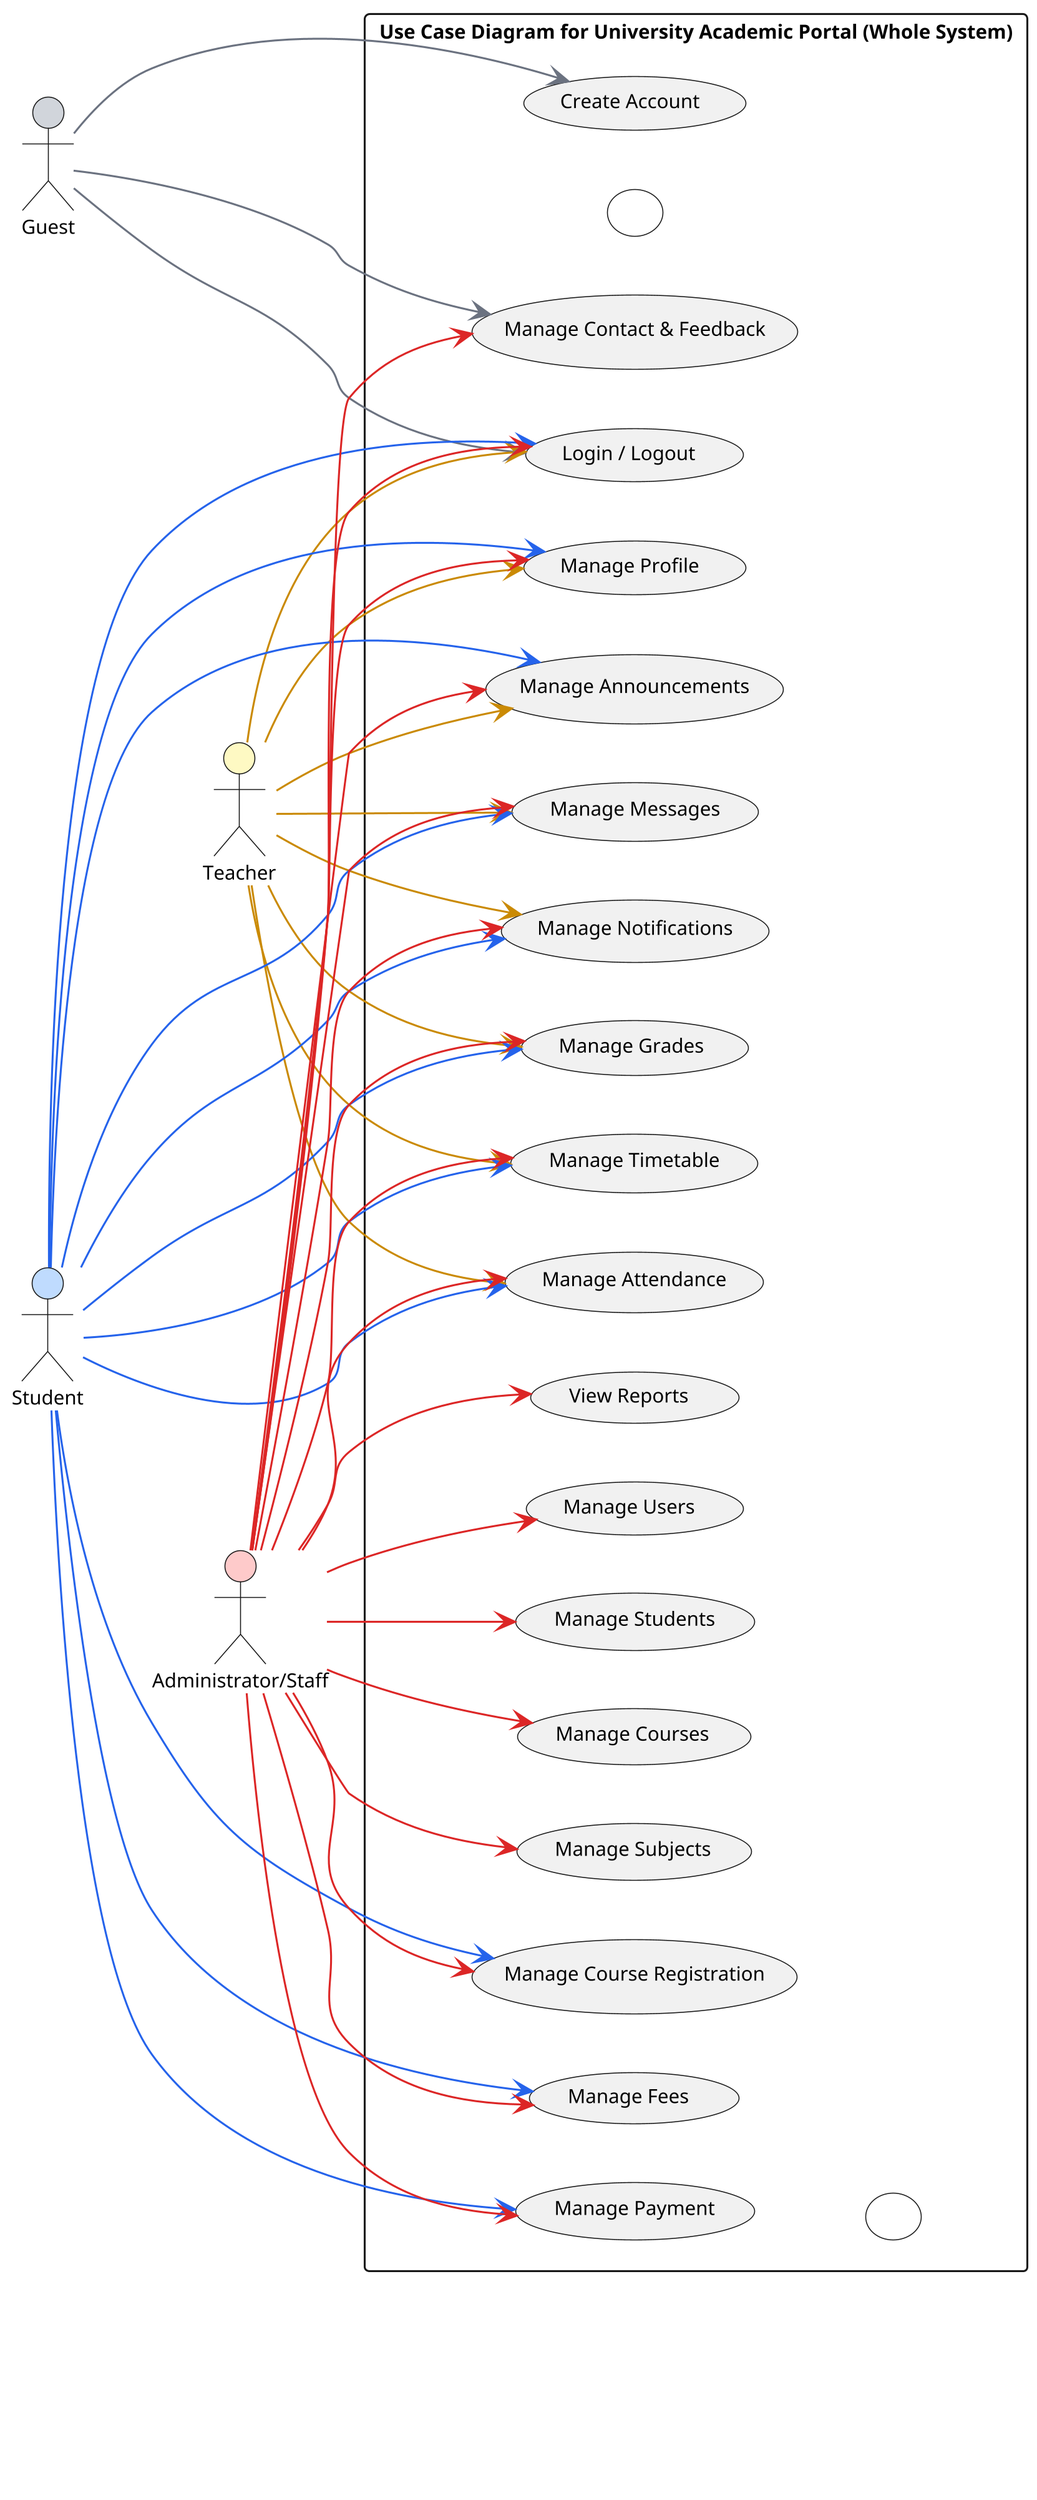
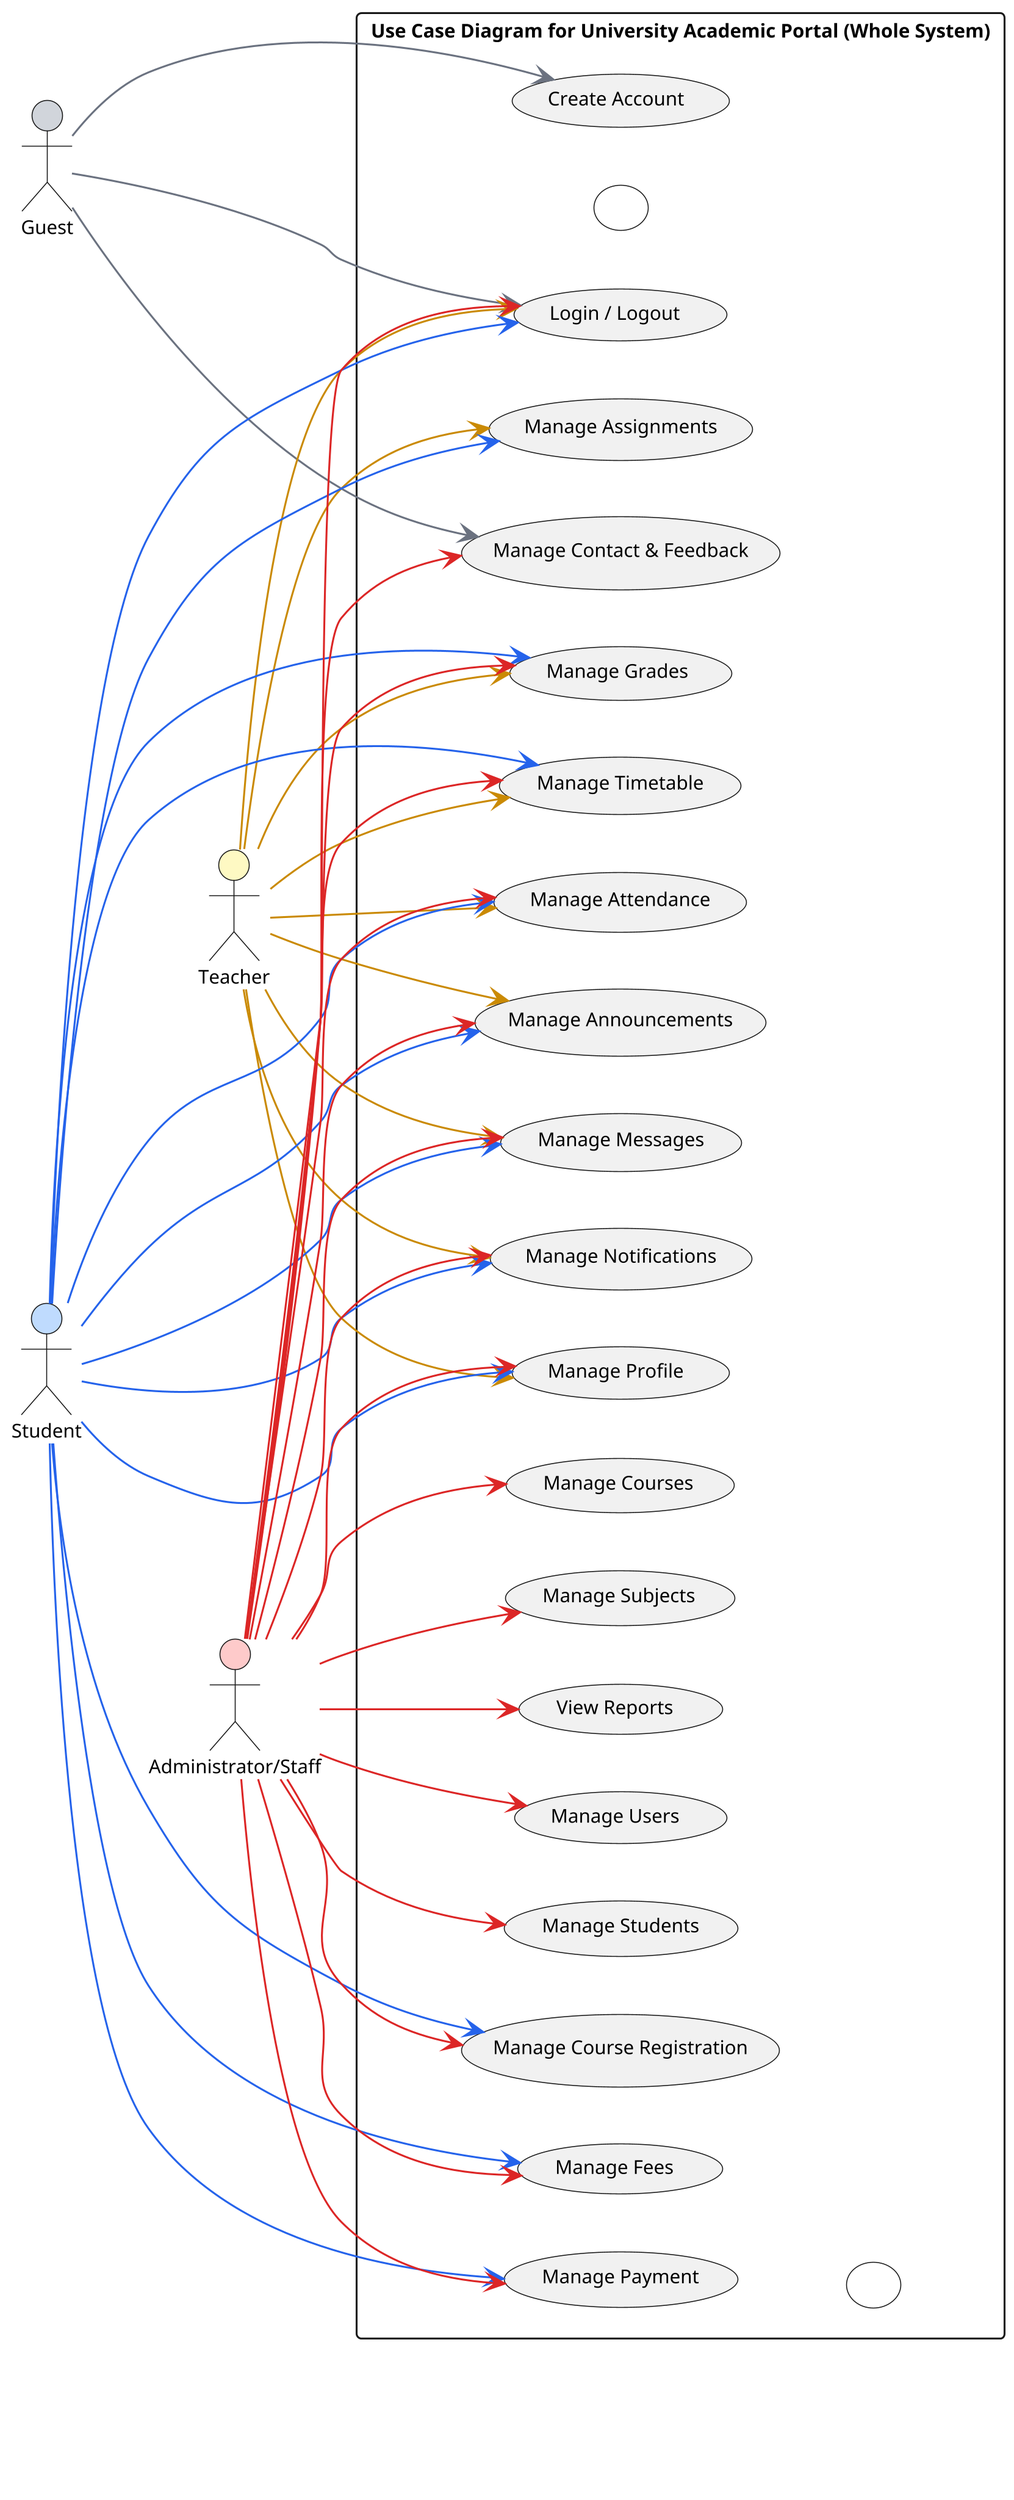
@startuml WholeSystem_UseCaseDiagram
left to right direction
skinparam packageStyle rectangle
skinparam shadowing false
skinparam dpi 300

scale 1.0
skinparam defaultFontSize 10
skinparam ranksep 35
skinparam nodesep 30
skinparam RectanglePadding 12

' Actors
actor Guest #D1D5DB
actor Teacher #FEF9C3
actor Student #BFDBFE
actor "Administrator/Staff" as Staff #FECACA

rectangle "Use Case Diagram for University Academic Portal (Whole System)" #FFFFFF {

  ' --- Invisible anchors (force left/right placement) ---
  usecase " " as UC_LeftAnchor  #transparent
  usecase " " as UC_RightAnchor #transparent
  UC_LeftAnchor -[hidden]-> UC_RightAnchor

  ' --- Real use cases ---
  usecase "Create Account" as UC_CreateAccount
  usecase "Login / Logout" as UC_LoginLogout
  usecase "Manage Profile" as UC_ManageProfile
  usecase "Manage Users" as UC_ManageUsers
  usecase "Manage Students" as UC_ManageStudents
  usecase "Manage Courses" as UC_ManageCourses
  usecase "Manage Subjects" as UC_ManageSubjects
  usecase "Manage Course Registration" as UC_ManageCourseRegistration
  usecase "Manage Grades" as UC_ManageGrades
  usecase "Manage Fees" as UC_ManageFees
  usecase "Manage Payment" as UC_ManagePayment
+   usecase "Manage Assignments" as UC_ManageAssignments
  usecase "Manage Timetable" as UC_ManageTimetable
  usecase "Manage Attendance" as UC_ManageAttendance
  usecase "Manage Announcements" as UC_ManageAnnouncements
  usecase "Manage Messages" as UC_ManageMessages
  usecase "Manage Contact & Feedback" as UC_ManageContactFeedback
  usecase "Manage Notifications" as UC_ManageNotifications
  usecase "View Reports" as UC_ViewReports
}

' ---- FORCE SIDES (hidden links to anchors) ----
Guest  -[hidden]-> UC_LeftAnchor
Teacher-[hidden]-> UC_LeftAnchor

Student-[hidden]-> UC_RightAnchor
Staff  -[hidden]-> UC_RightAnchor

' Optional: keep each side stacked nicely
Guest -[hidden]-> Teacher
Student -[hidden]-> Staff

' ---------------- CONNECTIONS ----------------

' Guest
Guest -[#6B7280]-> UC_CreateAccount
Guest -[#6B7280]-> UC_LoginLogout
Guest -[#6B7280]-> UC_ManageContactFeedback

' Teacher
Teacher -[#CA8A04]-> UC_LoginLogout
Teacher -[#CA8A04]-> UC_ManageProfile
Teacher -[#CA8A04]-> UC_ManageGrades
+ Teacher -[#CA8A04]-> UC_ManageAssignments
Teacher -[#CA8A04]-> UC_ManageTimetable
Teacher -[#CA8A04]-> UC_ManageAttendance
Teacher -[#CA8A04]-> UC_ManageAnnouncements
Teacher -[#CA8A04]-> UC_ManageMessages
Teacher -[#CA8A04]-> UC_ManageNotifications

' Student
Student -[#2563EB]-> UC_LoginLogout
Student -[#2563EB]-> UC_ManageProfile
Student -[#2563EB]-> UC_ManageCourseRegistration
Student -[#2563EB]-> UC_ManageGrades
Student -[#2563EB]-> UC_ManageFees
Student -[#2563EB]-> UC_ManagePayment
+ Student -[#2563EB]-> UC_ManageAssignments
Student -[#2563EB]-> UC_ManageTimetable
Student -[#2563EB]-> UC_ManageAttendance
Student -[#2563EB]-> UC_ManageAnnouncements
Student -[#2563EB]-> UC_ManageMessages
Student -[#2563EB]-> UC_ManageNotifications

' Administrator / Staff
Staff -[#DC2626]-> UC_LoginLogout
Staff -[#DC2626]-> UC_ManageProfile
Staff -[#DC2626]-> UC_ManageUsers
Staff -[#DC2626]-> UC_ManageStudents
Staff -[#DC2626]-> UC_ManageCourses
Staff -[#DC2626]-> UC_ManageSubjects
Staff -[#DC2626]-> UC_ManageCourseRegistration
Staff -[#DC2626]-> UC_ManageGrades
Staff -[#DC2626]-> UC_ManageFees
Staff -[#DC2626]-> UC_ManagePayment
Staff -[#DC2626]-> UC_ManageTimetable
Staff -[#DC2626]-> UC_ManageAttendance
Staff -[#DC2626]-> UC_ManageAnnouncements
Staff -[#DC2626]-> UC_ManageMessages
Staff -[#DC2626]-> UC_ManageContactFeedback
Staff -[#DC2626]-> UC_ManageNotifications
Staff -[#DC2626]-> UC_ViewReports

@enduml
